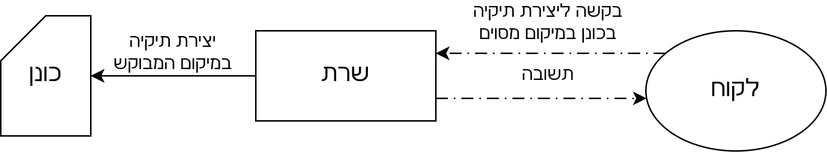
The draw.io diagram Documentation/Diagrams/DataFlow/Client/DriveDirectoryCreation.drawio.png in rdex999/VM-Nexus, before a commit. Source tidied: cells renumbered, new cells last; positions are measured from the earlier drawing's top-left corner, leaving out a move shared by most shapes. Source of this version:
```xml
<mxGraphModel>
  <root>
    <mxCell id="0" />
    <mxCell id="1" parent="0" />
    <mxCell id="2" value="&lt;font style=&quot;font-size: 16px;&quot;&gt;שרת&lt;/font&gt;" style="rounded=0;whiteSpace=wrap;html=1;" parent="1" vertex="1">
      <mxGeometry x="170" y="20" width="120" height="60" as="geometry" />
    </mxCell>
    <mxCell id="3" style="edgeStyle=orthogonalEdgeStyle;rounded=0;jettySize=auto;html=1;entryX=1;entryY=0.25;entryDx=0;entryDy=0;dashed=1;dashPattern=8 4 1 4;" parent="1" edge="1" source="5" target="2">
      <mxGeometry relative="1" as="geometry">
        <Array as="points">
          <mxPoint x="430" y="35" />
          <mxPoint x="430" y="35" />
        </Array>
      </mxGeometry>
    </mxCell>
    <mxCell id="4" style="edgeStyle=orthogonalEdgeStyle;rounded=0;jettySize=auto;html=1;exitX=1;exitY=0.75;exitDx=0;exitDy=0;dashed=1;dashPattern=8 4 1 4;" parent="1" edge="1" source="2" target="5">
      <mxGeometry relative="1" as="geometry">
        <Array as="points">
          <mxPoint x="430" y="65" />
          <mxPoint x="430" y="65" />
        </Array>
      </mxGeometry>
    </mxCell>
    <mxCell id="5" value="&lt;font style=&quot;font-size: 16px;&quot;&gt;לקוח&lt;/font&gt;" style="ellipse;whiteSpace=wrap;html=1;" parent="1" vertex="1">
      <mxGeometry x="430" y="20" width="120" height="80" as="geometry" />
    </mxCell>
    <mxCell id="6" value="בקשה ליצירת תיקיה בכונן במיקום מסוים" style="text;html=1;whiteSpace=wrap;strokeColor=none;fillColor=none;align=center;verticalAlign=middle;rounded=0;" parent="1" vertex="1">
      <mxGeometry x="310" width="110" height="30" as="geometry" />
    </mxCell>
    <mxCell id="7" value="תשובה" style="text;html=1;whiteSpace=wrap;strokeColor=none;fillColor=none;align=center;verticalAlign=middle;rounded=0;" parent="1" vertex="1">
      <mxGeometry x="335" y="35" width="60" height="30" as="geometry" />
    </mxCell>
    <mxCell id="8" value="&lt;font style=&quot;font-size: 16px;&quot;&gt;כונן&lt;/font&gt;" style="shape=card;whiteSpace=wrap;html=1;" parent="1" vertex="1">
      <mxGeometry y="10" width="60" height="80" as="geometry" />
    </mxCell>
    <mxCell id="9" style="edgeStyle=orthogonalEdgeStyle;rounded=0;jettySize=auto;html=1;entryX=1;entryY=0.5;entryDx=0;entryDy=0;entryPerimeter=0;" parent="1" edge="1" source="2" target="8">
      <mxGeometry relative="1" as="geometry" />
    </mxCell>
    <mxCell id="10" value="יצירת תיקיה במיקום המבוקש" style="text;html=1;whiteSpace=wrap;strokeColor=none;fillColor=none;align=center;verticalAlign=middle;rounded=0;" parent="1" vertex="1">
      <mxGeometry x="70" y="20" width="90" height="30" as="geometry" />
    </mxCell>
  </root>
</mxGraphModel>
```
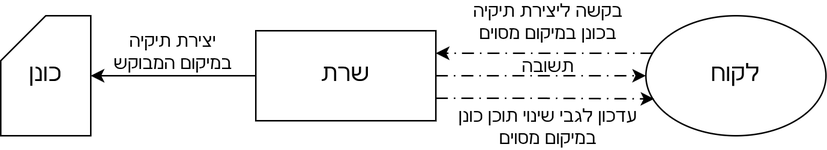
After the change.

Commit message:
Corrected drive connection and disconnection, and drive directory creation diagrams.

The edit, as a diff of the source:
```diff
@@ -2,6 +2,9 @@
   <root>
     <mxCell id="0" />
     <mxCell id="1" parent="0" />
+    <mxCell id="11" style="edgeStyle=orthogonalEdgeStyle;rounded=0;jettySize=auto;html=1;entryX=0;entryY=0.5;entryDx=0;entryDy=0;dashed=1;dashPattern=8 4 1 4;" parent="1" edge="1" source="2" target="5">
+      <mxGeometry relative="1" as="geometry" />
+    </mxCell>
     <mxCell id="2" value="&lt;font style=&quot;font-size: 16px;&quot;&gt;שרת&lt;/font&gt;" style="rounded=0;whiteSpace=wrap;html=1;" parent="1" vertex="1">
       <mxGeometry x="170" y="20" width="120" height="60" as="geometry" />
     </mxCell>
@@ -13,22 +16,14 @@
         </Array>
       </mxGeometry>
     </mxCell>
-    <mxCell id="4" style="edgeStyle=orthogonalEdgeStyle;rounded=0;jettySize=auto;html=1;exitX=1;exitY=0.75;exitDx=0;exitDy=0;dashed=1;dashPattern=8 4 1 4;" parent="1" edge="1" source="2" target="5">
-      <mxGeometry relative="1" as="geometry">
-        <Array as="points">
-          <mxPoint x="430" y="65" />
-          <mxPoint x="430" y="65" />
-        </Array>
-      </mxGeometry>
-    </mxCell>
     <mxCell id="5" value="&lt;font style=&quot;font-size: 16px;&quot;&gt;לקוח&lt;/font&gt;" style="ellipse;whiteSpace=wrap;html=1;" parent="1" vertex="1">
-      <mxGeometry x="430" y="20" width="120" height="80" as="geometry" />
+      <mxGeometry x="430" y="10" width="120" height="80" as="geometry" />
     </mxCell>
     <mxCell id="6" value="בקשה ליצירת תיקיה בכונן במיקום מסוים" style="text;html=1;whiteSpace=wrap;strokeColor=none;fillColor=none;align=center;verticalAlign=middle;rounded=0;" parent="1" vertex="1">
       <mxGeometry x="310" width="110" height="30" as="geometry" />
     </mxCell>
     <mxCell id="7" value="תשובה" style="text;html=1;whiteSpace=wrap;strokeColor=none;fillColor=none;align=center;verticalAlign=middle;rounded=0;" parent="1" vertex="1">
-      <mxGeometry x="335" y="35" width="60" height="30" as="geometry" />
+      <mxGeometry x="335" y="30" width="60" height="30" as="geometry" />
     </mxCell>
     <mxCell id="8" value="&lt;font style=&quot;font-size: 16px;&quot;&gt;כונן&lt;/font&gt;" style="shape=card;whiteSpace=wrap;html=1;" parent="1" vertex="1">
       <mxGeometry y="10" width="60" height="80" as="geometry" />
@@ -39,5 +34,11 @@
     <mxCell id="10" value="יצירת תיקיה במיקום המבוקש" style="text;html=1;whiteSpace=wrap;strokeColor=none;fillColor=none;align=center;verticalAlign=middle;rounded=0;" parent="1" vertex="1">
       <mxGeometry x="70" y="20" width="90" height="30" as="geometry" />
     </mxCell>
+    <mxCell id="12" style="edgeStyle=orthogonalEdgeStyle;rounded=0;jettySize=auto;html=1;exitX=1;exitY=0.75;exitDx=0;exitDy=0;entryX=0.046;entryY=0.693;entryDx=0;entryDy=0;entryPerimeter=0;dashed=1;dashPattern=8 4 1 4;" parent="1" edge="1" source="2" target="5">
+      <mxGeometry relative="1" as="geometry" />
+    </mxCell>
+    <mxCell id="13" value="עדכון לגבי שינוי תוכן כונן במיקום מסוים" style="text;html=1;whiteSpace=wrap;strokeColor=none;fillColor=none;align=center;verticalAlign=middle;rounded=0;" parent="1" vertex="1">
+      <mxGeometry x="300" y="70" width="130" height="30" as="geometry" />
+    </mxCell>
   </root>
 </mxGraphModel>
```
